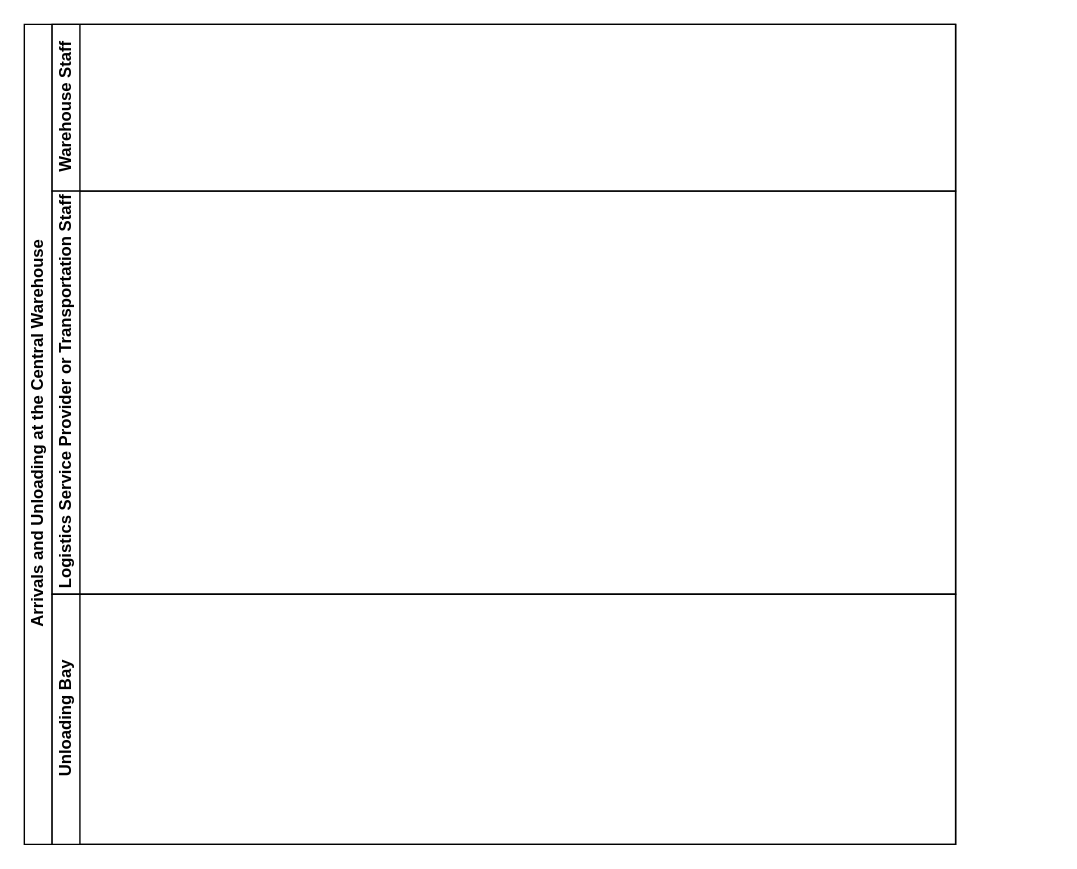
Before: others/BPMN-Arrivals and Unloading at the Central Warehouse.drawio in cky008/note-nuist, a draw.io diagram. Source tidied: cells renumbered, new cells numbered last; positions are measured from the earlier drawing's top-left corner, leaving out a move shared by most shapes. Both pictures are drawn from the tidied source at 139%, with x=0, y=0 at pixel (24, 24).
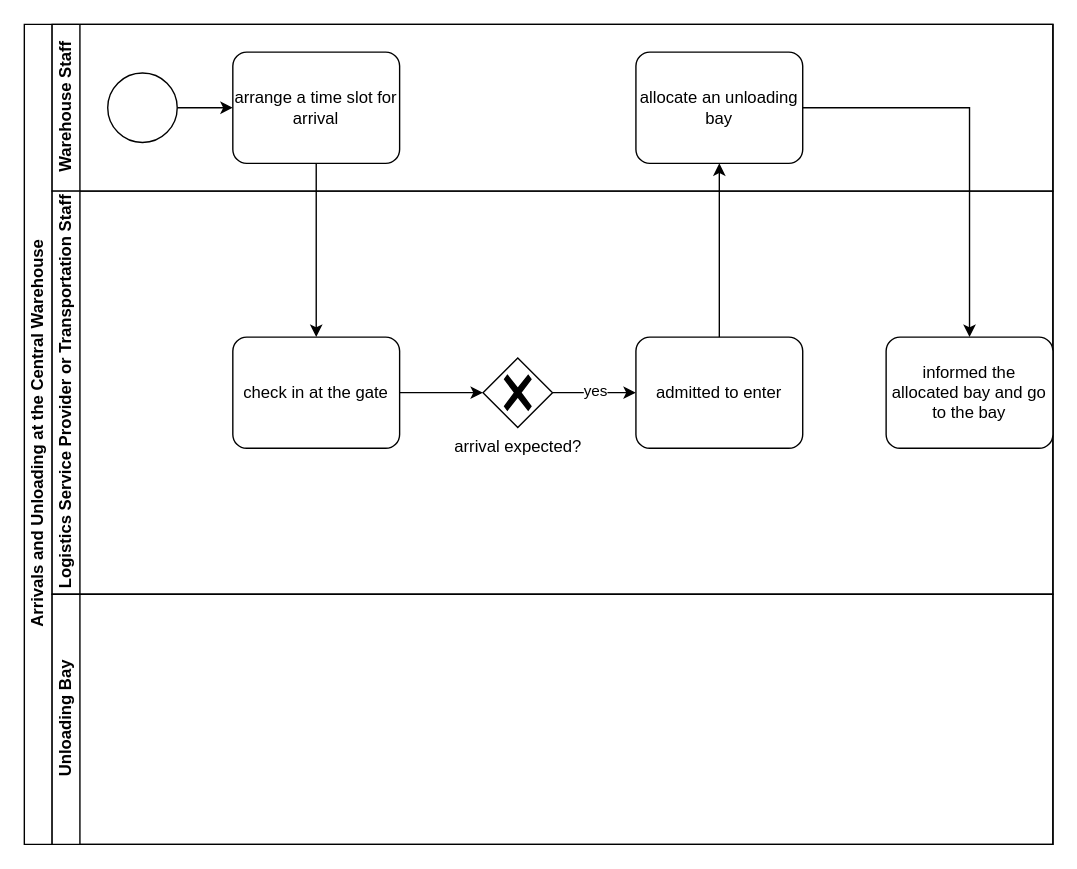
After the change.

Diff of the diagram source:
```diff
@@
     <mxCell id="2" value="Arrivals and Unloading at the Central Warehouse" style="swimlane;html=1;horizontal=0;startSize=20;" parent="1" vertex="1">
-      <mxGeometry width="670" height="590" as="geometry" />
+      <mxGeometry width="740" height="590" as="geometry" />
     </mxCell>
     <mxCell id="3" value="Warehouse Staff" style="swimlane;html=1;startSize=20;horizontal=0;" parent="2" vertex="1">
-      <mxGeometry x="20" width="650" height="120" as="geometry" />
+      <mxGeometry x="20" width="720" height="120" as="geometry" />
     </mxCell>
+    <mxCell id="6" style="edgeStyle=orthogonalEdgeStyle;rounded=0;jettySize=auto;html=1;" parent="3" edge="1" source="7" target="8">
+      <mxGeometry relative="1" as="geometry" />
+    </mxCell>
+    <mxCell id="7" style="points=[[0.145,0.145,0],[0.5,0,0],[0.855,0.145,0],[1,0.5,0],[0.855,0.855,0],[0.5,1,0],[0.145,0.855,0],[0,0.5,0]];shape=mxgraph.bpmn.event;html=1;verticalLabelPosition=bottom;labelBackgroundColor=#ffffff;verticalAlign=top;align=center;perimeter=ellipsePerimeter;outlineConnect=0;outline=standard;symbol=general;" parent="3" vertex="1">
+      <mxGeometry x="40" y="35" width="50" height="50" as="geometry" />
+    </mxCell>
+    <mxCell id="8" value="arrange a time slot for arrival" style="points=[[0.25,0,0],[0.5,0,0],[0.75,0,0],[1,0.25,0],[1,0.5,0],[1,0.75,0],[0.75,1,0],[0.5,1,0],[0.25,1,0],[0,0.75,0],[0,0.5,0],[0,0.25,0]];shape=mxgraph.bpmn.task;whiteSpace=wrap;rectStyle=rounded;size=10;html=1;taskMarker=abstract;" parent="3" vertex="1">
+      <mxGeometry x="130" y="20" width="120" height="80" as="geometry" />
+    </mxCell>
+    <mxCell id="9" value="allocate an unloading bay" style="points=[[0.25,0,0],[0.5,0,0],[0.75,0,0],[1,0.25,0],[1,0.5,0],[1,0.75,0],[0.75,1,0],[0.5,1,0],[0.25,1,0],[0,0.75,0],[0,0.5,0],[0,0.25,0]];shape=mxgraph.bpmn.task;whiteSpace=wrap;rectStyle=rounded;size=10;html=1;taskMarker=abstract;" parent="3" vertex="1">
+      <mxGeometry x="420" y="20" width="120" height="80" as="geometry" />
+    </mxCell>
     <mxCell id="4" value="Logistics Service Provider or&amp;nbsp;Transportation Staff" style="swimlane;html=1;startSize=20;horizontal=0;" parent="2" vertex="1">
-      <mxGeometry x="20" y="120" width="650" height="290" as="geometry" />
+      <mxGeometry x="20" y="120" width="720" height="290" as="geometry" />
     </mxCell>
+    <mxCell id="10" style="edgeStyle=orthogonalEdgeStyle;rounded=0;jettySize=auto;html=1;" parent="4" edge="1" source="11" target="14">
+      <mxGeometry relative="1" as="geometry" />
+    </mxCell>
+    <mxCell id="11" value="check in at the gate" style="points=[[0.25,0,0],[0.5,0,0],[0.75,0,0],[1,0.25,0],[1,0.5,0],[1,0.75,0],[0.75,1,0],[0.5,1,0],[0.25,1,0],[0,0.75,0],[0,0.5,0],[0,0.25,0]];shape=mxgraph.bpmn.task;whiteSpace=wrap;rectStyle=rounded;size=10;html=1;taskMarker=abstract;" parent="4" vertex="1">
+      <mxGeometry x="130" y="105" width="120" height="80" as="geometry" />
+    </mxCell>
+    <mxCell id="12" style="edgeStyle=orthogonalEdgeStyle;rounded=0;jettySize=auto;html=1;" parent="4" edge="1" source="14" target="15">
+      <mxGeometry relative="1" as="geometry" />
+    </mxCell>
+    <mxCell id="13" value="yes" style="edgeLabel;html=1;align=center;verticalAlign=middle;" parent="12" vertex="1">
+      <mxGeometry y="3" relative="1" as="geometry">
+        <mxPoint y="1" as="offset" />
+      </mxGeometry>
+    </mxCell>
+    <mxCell id="14" value="arrival&amp;nbsp;expected?" style="points=[[0.25,0.25,0],[0.5,0,0],[0.75,0.25,0],[1,0.5,0],[0.75,0.75,0],[0.5,1,0],[0.25,0.75,0],[0,0.5,0]];shape=mxgraph.bpmn.gateway2;html=1;verticalLabelPosition=bottom;labelBackgroundColor=#ffffff;verticalAlign=top;align=center;perimeter=rhombusPerimeter;outlineConnect=0;outline=none;symbol=none;gwType=exclusive;" parent="4" vertex="1">
+      <mxGeometry x="310" y="120" width="50" height="50" as="geometry" />
+    </mxCell>
+    <mxCell id="15" value="admitted to enter" style="points=[[0.25,0,0],[0.5,0,0],[0.75,0,0],[1,0.25,0],[1,0.5,0],[1,0.75,0],[0.75,1,0],[0.5,1,0],[0.25,1,0],[0,0.75,0],[0,0.5,0],[0,0.25,0]];shape=mxgraph.bpmn.task;whiteSpace=wrap;rectStyle=rounded;size=10;html=1;taskMarker=abstract;" parent="4" vertex="1">
+      <mxGeometry x="420" y="105" width="120" height="80" as="geometry" />
+    </mxCell>
+    <mxCell id="16" value="informed the allocated bay and go to the bay" style="points=[[0.25,0,0],[0.5,0,0],[0.75,0,0],[1,0.25,0],[1,0.5,0],[1,0.75,0],[0.75,1,0],[0.5,1,0],[0.25,1,0],[0,0.75,0],[0,0.5,0],[0,0.25,0]];shape=mxgraph.bpmn.task;whiteSpace=wrap;rectStyle=rounded;size=10;html=1;taskMarker=abstract;" parent="4" vertex="1">
+      <mxGeometry x="600" y="105" width="120" height="80" as="geometry" />
+    </mxCell>
     <mxCell id="5" value="Unloading Bay" style="swimlane;html=1;startSize=20;horizontal=0;" parent="2" vertex="1">
-      <mxGeometry x="20" y="410" width="650" height="180" as="geometry" />
+      <mxGeometry x="20" y="410" width="720" height="180" as="geometry" />
     </mxCell>
+    <mxCell id="17" style="edgeStyle=orthogonalEdgeStyle;rounded=0;jettySize=auto;html=1;" parent="2" edge="1" source="8" target="11">
+      <mxGeometry relative="1" as="geometry" />
+    </mxCell>
+    <mxCell id="18" style="edgeStyle=orthogonalEdgeStyle;rounded=0;jettySize=auto;html=1;" parent="2" edge="1" source="15" target="9">
+      <mxGeometry relative="1" as="geometry" />
+    </mxCell>
+    <mxCell id="19" style="edgeStyle=orthogonalEdgeStyle;rounded=0;jettySize=auto;html=1;" parent="2" edge="1" source="9" target="16">
+      <mxGeometry relative="1" as="geometry" />
+    </mxCell>
```
